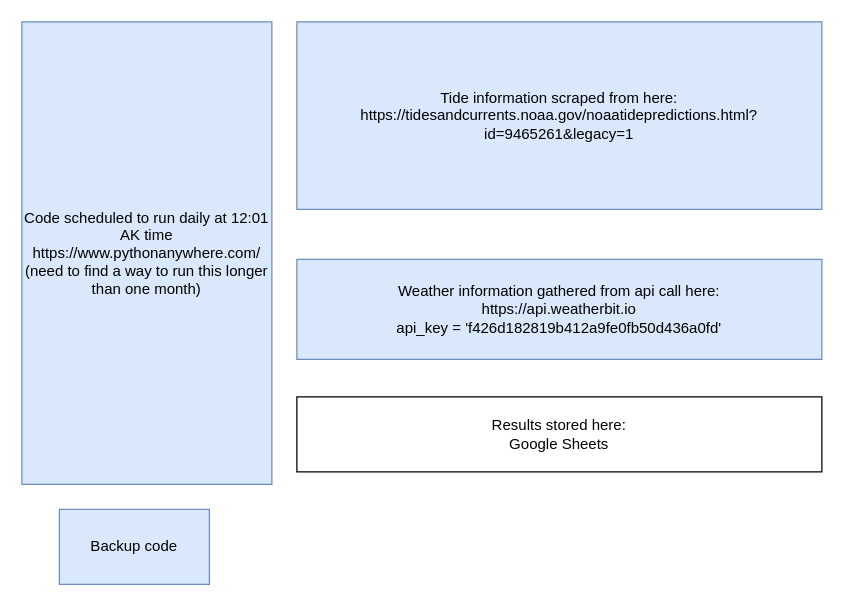
Above: Bristol Tide overview.drawio in usernamesareusless/C-Tide-Tracker (draw.io), before the change. Source tidied: cells renumbered, new cells numbered last; positions are measured from the earlier drawing's top-left corner, leaving out a move shared by most shapes. Both pictures are drawn from the tidied source at 125%, with x=0, y=0 at pixel (21, 21).
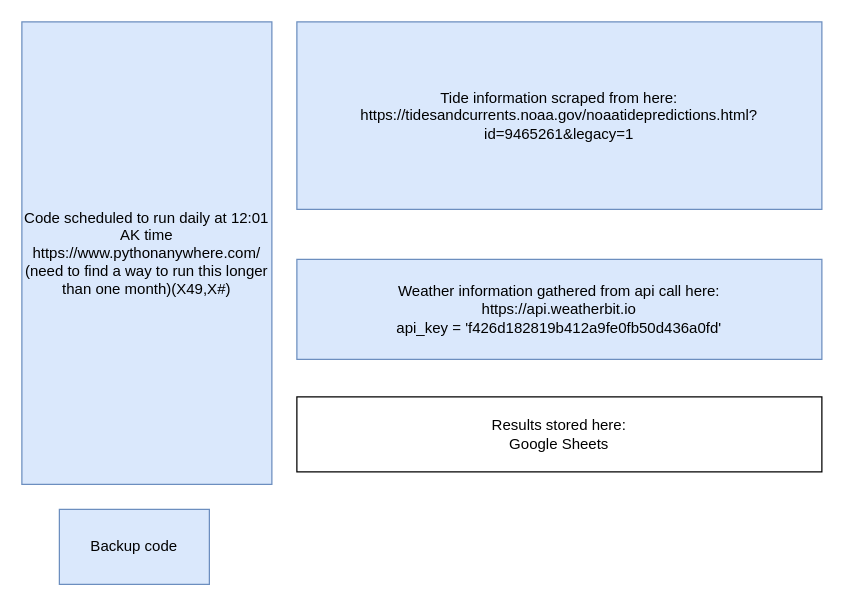
The same diagram, later.

Diff of the diagram source:
```diff
@@
 <mxGraphModel>
   <root>
     <mxCell id="0" />
     <mxCell id="1" parent="0" />
     <mxCell id="2" value="Tide information scraped from here:&lt;br&gt;https://tidesandcurrents.noaa.gov/noaatidepredictions.html?id=9465261&amp;amp;legacy=1" style="rounded=0;whiteSpace=wrap;html=1;fillColor=#dae8fc;strokeColor=#6c8ebf;" parent="1" vertex="1">
       <mxGeometry x="220" width="420" height="150" as="geometry" />
     </mxCell>
     <mxCell id="3" value="Weather information gathered from api call here:&lt;br&gt;https://api.weatherbit.io&lt;br&gt;api_key = 'f426d182819b412a9fe0fb50d436a0fd'" style="rounded=0;whiteSpace=wrap;html=1;fillColor=#dae8fc;strokeColor=#6c8ebf;" parent="1" vertex="1">
       <mxGeometry x="220" y="190" width="420" height="80" as="geometry" />
     </mxCell>
-    <mxCell id="4" value="Code scheduled to run daily at 12:01 AK time&lt;br&gt;https://www.pythonanywhere.com/&lt;br&gt;(need to find a way to run this longer than one month)" style="rounded=0;whiteSpace=wrap;html=1;fillColor=#dae8fc;strokeColor=#6c8ebf;" parent="1" vertex="1">
+    <mxCell id="4" value="Code scheduled to run daily at 12:01 AK time&lt;br&gt;https://www.pythonanywhere.com/&lt;br&gt;(need to find a way to run this longer than one month)(X49,X#)" style="rounded=0;whiteSpace=wrap;html=1;fillColor=#dae8fc;strokeColor=#6c8ebf;" parent="1" vertex="1">
       <mxGeometry width="200" height="370" as="geometry" />
     </mxCell>
     <mxCell id="5" value="Results stored here:&lt;br&gt;Google Sheets" style="rounded=0;whiteSpace=wrap;html=1;" parent="1" vertex="1">
       <mxGeometry x="220" y="300" width="420" height="60" as="geometry" />
     </mxCell>
     <mxCell id="6" value="Backup code" style="rounded=0;whiteSpace=wrap;html=1;fillColor=#dae8fc;strokeColor=#6c8ebf;" parent="1" vertex="1">
       <mxGeometry x="30" y="390" width="120" height="60" as="geometry" />
     </mxCell>
   </root>
 </mxGraphModel>
```
